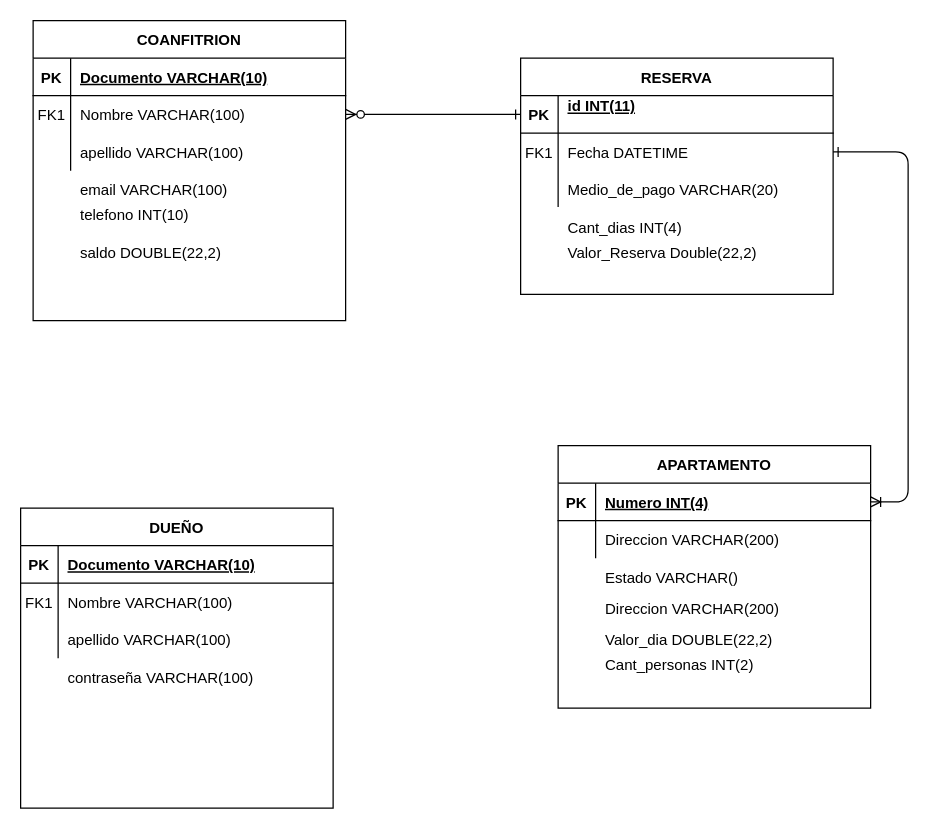
fsvarelae/fsvarelae keeps this draw.io diagram as Diagrama sin título.drawio. Above is the earlier version. Source tidied: cells renumbered, new cells numbered last; positions are measured from the earlier drawing's top-left corner, leaving out a move shared by most shapes. Both pictures are drawn from the tidied source at 125%, with x=0, y=0 at pixel (20, 20).
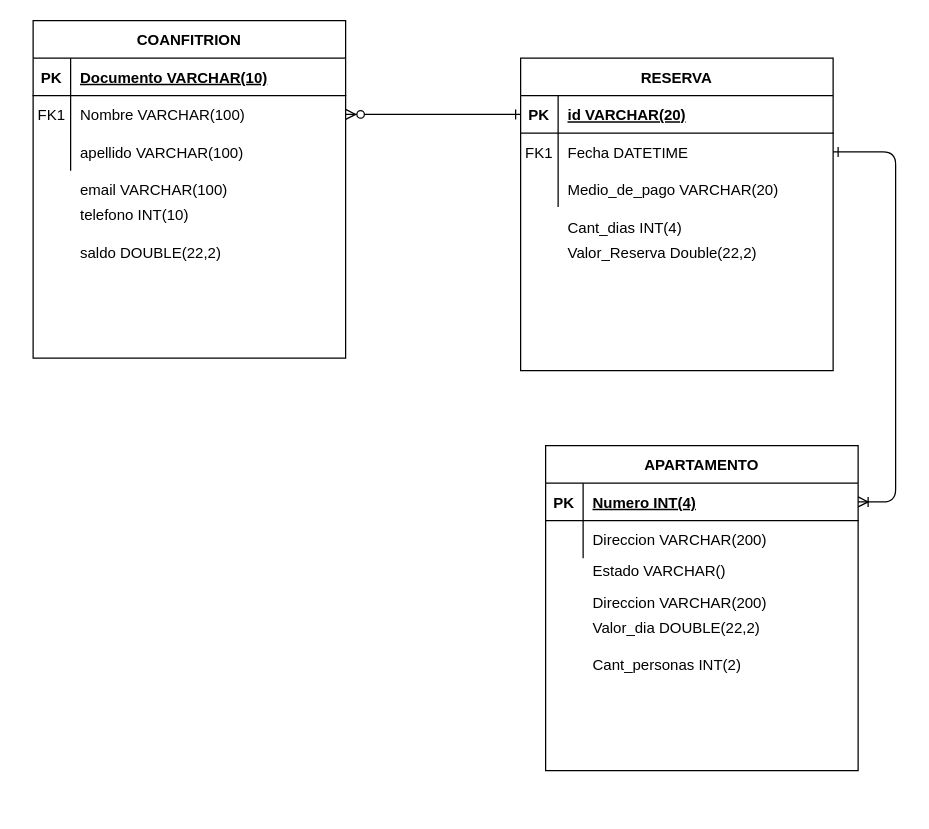
The same page after the edit.

Unchanged cells that the change refers to:
```xml
<mxCell id="5" style="shape=partialRectangle;fillColor=none;points=[[0,0.5],[1,0.5]];portConstraint=eastwest;top=0;left=0;right=0;bottom=1;" parent="4" vertex="1">
  <mxGeometry y="30" width="250" height="30" as="geometry" />
</mxCell>
```

What changed in the source:
```diff
@@
     <mxCell id="4" value="RESERVA" style="shape=table;startSize=30;childLayout=tableLayout;rowLines=0;fontStyle=1;align=center;" parent="1" vertex="1">
-      <mxGeometry x="400" y="30" width="250" height="189" as="geometry" />
+      <mxGeometry x="400" y="30" width="250" height="250" as="geometry" />
     </mxCell>
@@
-    <mxCell id="7" value="id INT(11)&#10; " style="shape=partialRectangle;overflow=hidden;fillColor=none;top=0;left=0;bottom=0;right=0;align=left;spacingLeft=6;fontStyle=5;" parent="5" vertex="1">
+    <mxCell id="7" value="id VARCHAR(20)" style="shape=partialRectangle;overflow=hidden;fillColor=none;top=0;left=0;bottom=0;right=0;align=left;spacingLeft=6;fontStyle=5;" parent="5" vertex="1">
       <mxGeometry x="30" width="220" height="30" as="geometry" />
     </mxCell>
@@
     <mxCell id="14" value="COANFITRION" style="shape=table;startSize=30;childLayout=tableLayout;rowLines=0;fontStyle=1;align=center;" parent="1" vertex="1">
-      <mxGeometry x="10" width="250" height="240" as="geometry" />
+      <mxGeometry x="10" width="250" height="270" as="geometry" />
     </mxCell>
@@
     <mxCell id="24" value="APARTAMENTO" style="shape=table;startSize=30;childLayout=tableLayout;rowLines=0;fontStyle=1;align=center;" parent="1" vertex="1">
-      <mxGeometry x="430" y="340" width="250" height="210" as="geometry" />
+      <mxGeometry x="420" y="340" width="250" height="260" as="geometry" />
     </mxCell>
@@
     <mxCell id="36" style="shape=partialRectangle;fillColor=none;top=0;left=0;right=0;bottom=0;" parent="1" vertex="1">
-      <mxGeometry x="430" y="430" width="250" height="30" as="geometry" />
+      <mxGeometry x="420" y="425" width="250" height="30" as="geometry" />
     </mxCell>
@@
     <mxCell id="39" style="shape=partialRectangle;fillColor=none;top=0;left=0;right=0;bottom=0;" parent="1" vertex="1">
-      <mxGeometry x="430" y="455" width="250" height="30" as="geometry" />
+      <mxGeometry x="420" y="450" width="250" height="30" as="geometry" />
     </mxCell>
@@
     <mxCell id="42" style="shape=partialRectangle;fillColor=none;top=0;left=0;right=0;bottom=0;" parent="1" vertex="1">
-      <mxGeometry x="430" y="480" width="250" height="30" as="geometry" />
+      <mxGeometry x="420" y="470" width="250" height="30" as="geometry" />
     </mxCell>
@@
-    <mxCell id="45" value="DUEÑO" style="shape=table;startSize=30;childLayout=tableLayout;rowLines=0;fontStyle=1;align=center;" parent="1" vertex="1">
-      <mxGeometry y="390" width="250" height="240" as="geometry" />
-    </mxCell>
-    <mxCell id="46" style="shape=partialRectangle;fillColor=none;top=0;left=0;right=0;bottom=1;" parent="45" vertex="1">
-      <mxGeometry y="30" width="250" height="30" as="geometry" />
-    </mxCell>
-    <mxCell id="47" value="PK" style="shape=partialRectangle;overflow=hidden;fillColor=none;top=0;left=0;bottom=0;right=0;fontStyle=1;" parent="46" vertex="1">
-      <mxGeometry width="30" height="30" as="geometry" />
-    </mxCell>
-    <mxCell id="48" value="Documento VARCHAR(10)" style="shape=partialRectangle;overflow=hidden;fillColor=none;top=0;left=0;bottom=0;right=0;align=left;spacingLeft=6;fontStyle=5;" parent="46" vertex="1">
-      <mxGeometry x="30" width="220" height="30" as="geometry" />
-    </mxCell>
-    <mxCell id="49" style="shape=partialRectangle;fillColor=none;top=0;left=0;right=0;bottom=0;" parent="45" vertex="1">
-      <mxGeometry y="60" width="250" height="30" as="geometry" />
-    </mxCell>
-    <mxCell id="50" value="FK1" style="shape=partialRectangle;overflow=hidden;fillColor=none;top=0;left=0;bottom=0;right=0;" parent="49" vertex="1">
-      <mxGeometry width="30" height="30" as="geometry" />
-    </mxCell>
-    <mxCell id="51" value="Nombre VARCHAR(100)" style="shape=partialRectangle;overflow=hidden;fillColor=none;top=0;left=0;bottom=0;right=0;align=left;spacingLeft=6;" parent="49" vertex="1">
-      <mxGeometry x="30" width="220" height="30" as="geometry" />
-    </mxCell>
-    <mxCell id="52" style="shape=partialRectangle;fillColor=none;top=0;left=0;right=0;bottom=0;" parent="45" vertex="1">
-      <mxGeometry y="90" width="250" height="30" as="geometry" />
-    </mxCell>
-    <mxCell id="53" style="shape=partialRectangle;overflow=hidden;fillColor=none;top=0;left=0;bottom=0;right=0;" parent="52" vertex="1">
-      <mxGeometry width="30" height="30" as="geometry" />
-    </mxCell>
-    <mxCell id="54" value="apellido VARCHAR(100)" style="shape=partialRectangle;overflow=hidden;fillColor=none;top=0;left=0;bottom=0;right=0;align=left;spacingLeft=6;" parent="52" vertex="1">
-      <mxGeometry x="30" width="220" height="30" as="geometry" />
-    </mxCell>
-    <mxCell id="55" value="contraseña VARCHAR(100)" style="shape=partialRectangle;overflow=hidden;fillColor=none;top=0;left=0;bottom=0;right=0;align=left;spacingLeft=6;" parent="1" vertex="1">
-      <mxGeometry x="30" y="510" width="220" height="30" as="geometry" />
-    </mxCell>
     <mxCell id="56" style="shape=partialRectangle;fillColor=none;top=0;left=0;right=0;bottom=0;" parent="1" vertex="1">
-      <mxGeometry x="430" y="500" width="250" height="30" as="geometry" />
+      <mxGeometry x="420" y="500" width="250" height="30" as="geometry" />
     </mxCell>
@@
+    <mxCell id="60" style="edgeStyle=orthogonalEdgeStyle;rounded=0;orthogonalLoop=1;jettySize=auto;html=1;exitX=1;exitY=0.5;exitDx=0;exitDy=0;entryX=0;entryY=0.5;entryDx=0;entryDy=0;startArrow=ERoneToMany;startFill=0;endArrow=ERone;endFill=0;" parent="1" edge="1">
+      <mxGeometry relative="1" as="geometry">
+        <mxPoint x="230" y="785" as="sourcePoint" />
+      </mxGeometry>
+    </mxCell>
```
